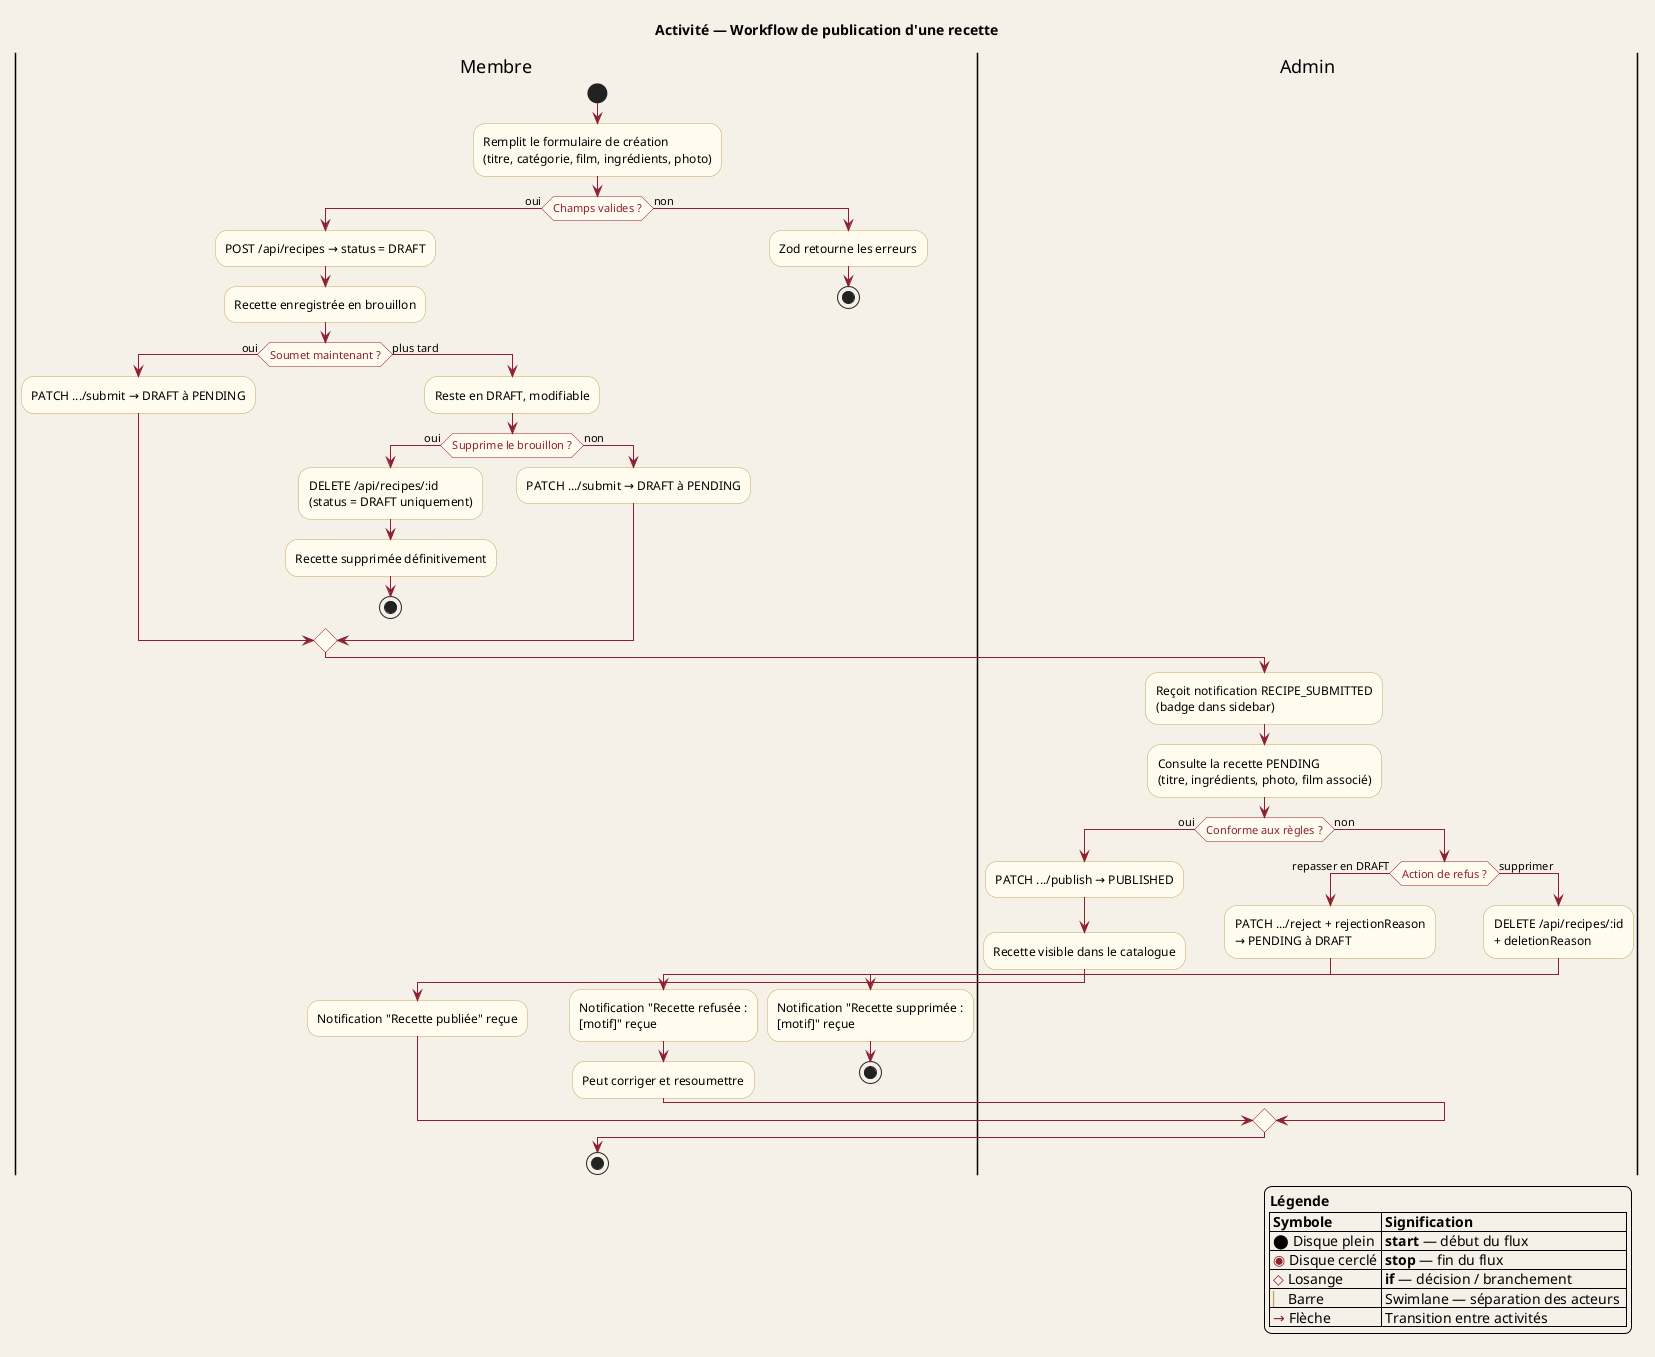
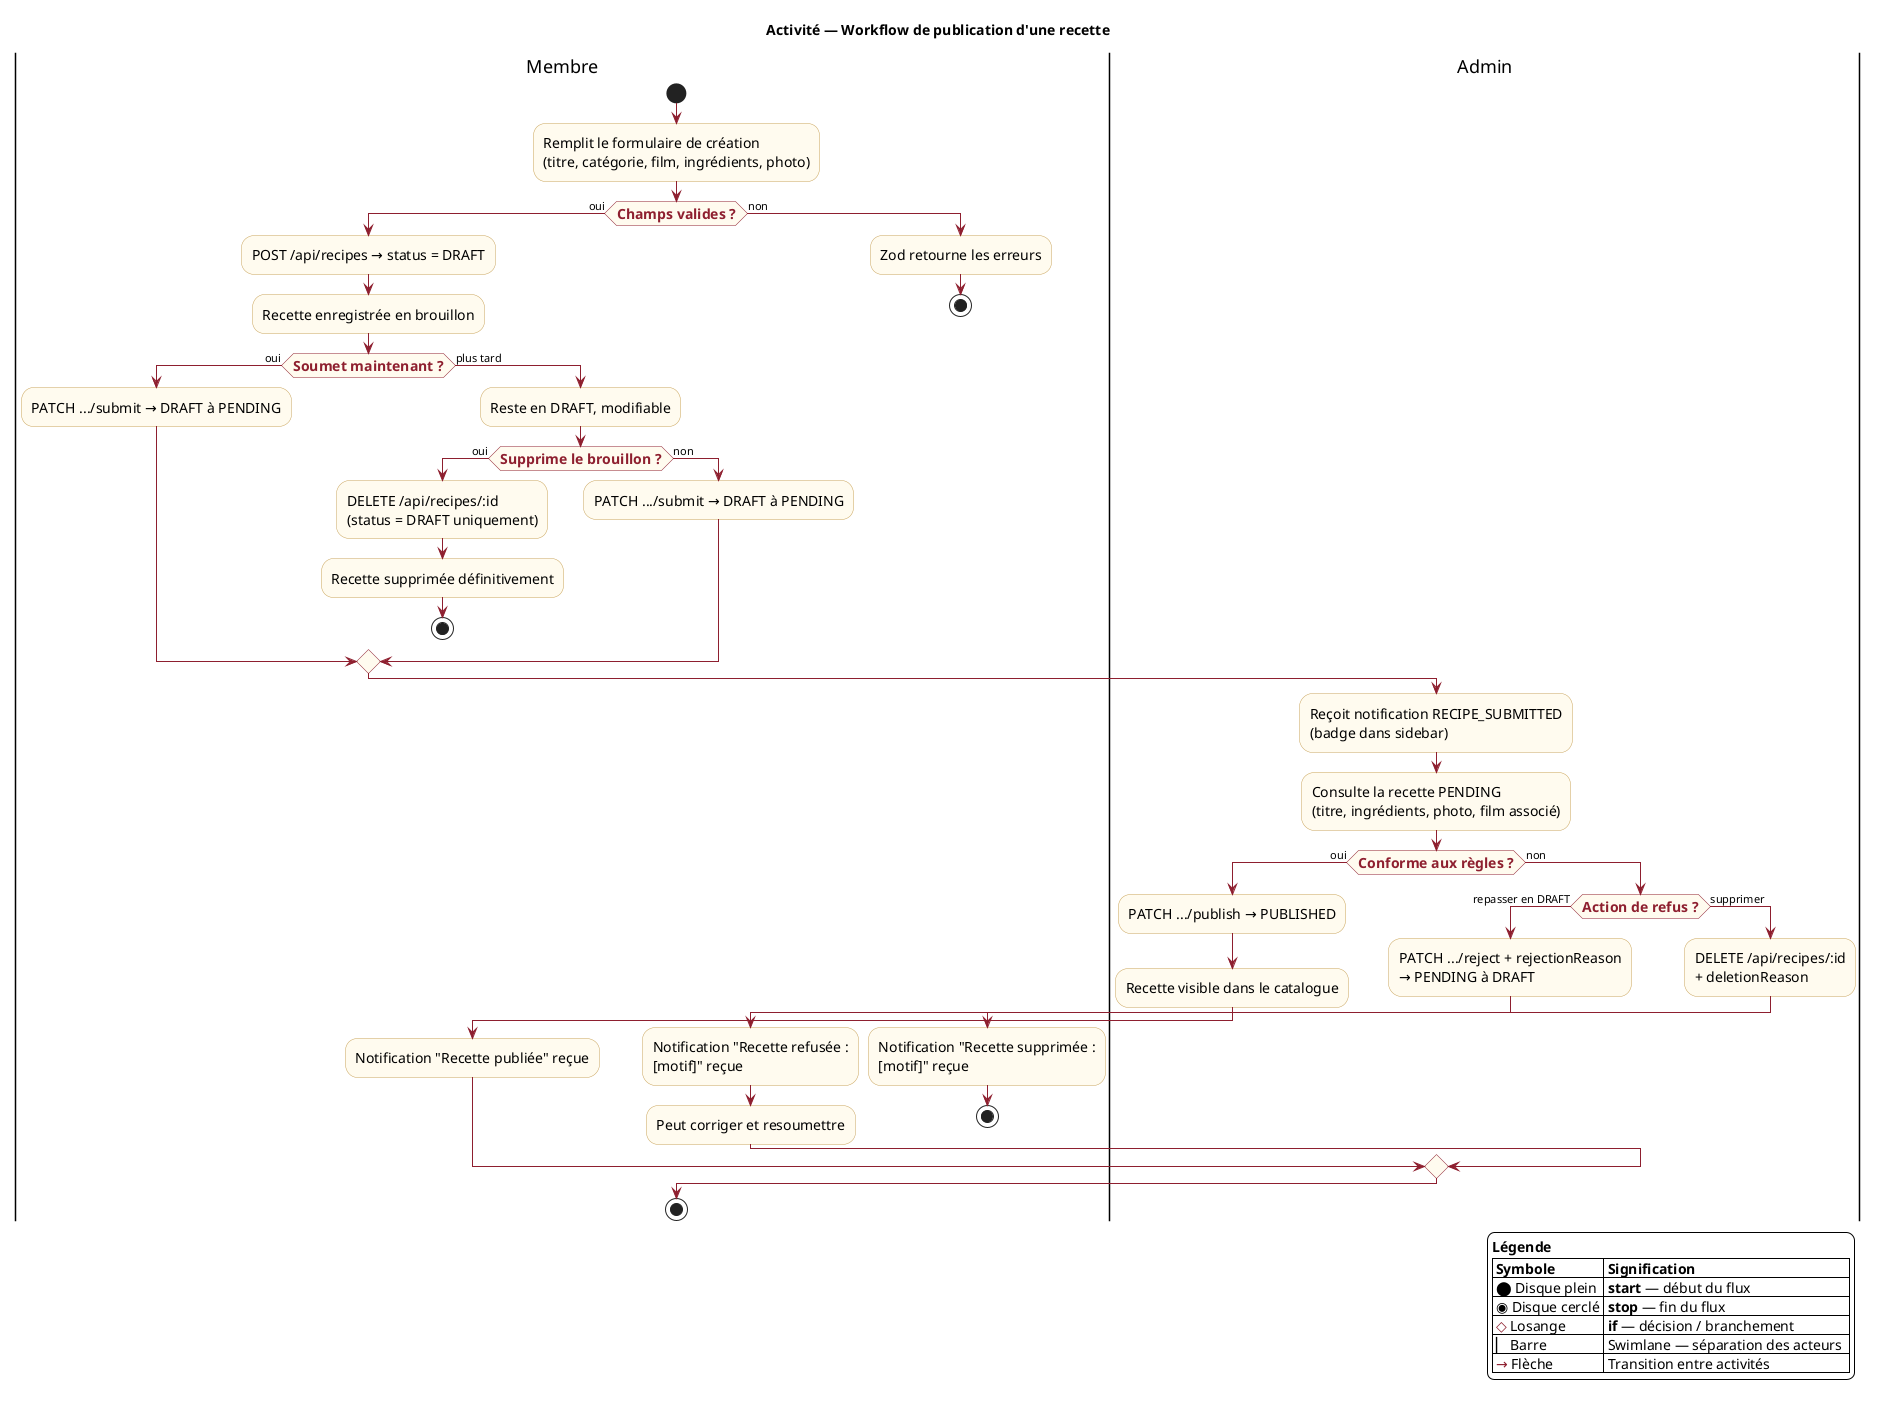
- # ╔══════════════════════════════════════════════════════════╗
- # ║  9. PlantUML — Diagramme d'activité                      ║
- # ╚══════════════════════════════════════════════════════════╝
- 
- ---PLANTUML_ACTIVITE---
@startuml Activite_Publication
- skinparam backgroundColor #F6F1E8
+ skinparam backgroundColor #FFFFFF
skinparam activityBackgroundColor #FFFBEF
skinparam activityBorderColor #C9A45C
+ skinparam activityFontSize 14

skinparam activityDiamondBackgroundColor #FFFBEF
skinparam activityDiamondBorderColor #8E1F2F
skinparam activityDiamondFontColor #8E1F2F
+ skinparam activityDiamondFontStyle bold
+ skinparam activityDiamondFontSize 14

skinparam arrowColor #8E1F2F
title Activité — Workflow de publication d'une recette

|Membre|
start
:Remplit le formulaire de création\n(titre, catégorie, film, ingrédients, photo);
if (Champs valides ?) then (oui)
  :POST /api/recipes → status = DRAFT;
  :Recette enregistrée en brouillon;
  if (Soumet maintenant ?) then (oui)
    :PATCH .../submit → DRAFT à PENDING;
  else (plus tard)
    :Reste en DRAFT, modifiable;
    if (Supprime le brouillon ?) then (oui)
      :DELETE /api/recipes/:id\n(status = DRAFT uniquement);
      :Recette supprimée définitivement;
      stop
    else (non)
      :PATCH .../submit → DRAFT à PENDING;
    endif
  endif
else (non)
  :Zod retourne les erreurs;
  stop
endif

|Admin|
:Reçoit notification RECIPE_SUBMITTED\n(badge dans sidebar);
:Consulte la recette PENDING\n(titre, ingrédients, photo, film associé);
if (Conforme aux règles ?) then (oui)
  :PATCH .../publish → PUBLISHED;
  :Recette visible dans le catalogue;
  |Membre|
  :Notification "Recette publiée" reçue;
else (non)
  |Admin|
  if (Action de refus ?) then (repasser en DRAFT)
    :PATCH .../reject + rejectionReason\n→ PENDING à DRAFT;
    |Membre|
    :Notification "Recette refusée :\n[motif]" reçue;
    :Peut corriger et resoumettre;
  else (supprimer)
    |Admin|
    :DELETE /api/recipes/:id\n+ deletionReason;
    |Membre|
    :Notification "Recette supprimée :\n[motif]" reçue;
    stop
  endif
endif
stop

legend right
  <b>Légende</b>
  |= Symbole            |= Signification                    |
  | <color:#000000>⬤</color> Disque plein  | <b>start</b> — début du flux       |
-   | <color:#8E1F2F>◉</color> Disque cerclé | <b>stop</b> — fin du flux          |
+   | <color:#000000>◉</color> Disque cerclé | <b>stop</b> — fin du flux          |
  | <color:#8E1F2F>◇</color> Losange       | <b>if</b> — décision / branchement |
-   | <color:#C9A45C>▏</color> Barre         | Swimlane — séparation des acteurs  |
+   | <color:#000000>▏</color> Barre         | Swimlane — séparation des acteurs  |
  | <color:#8E1F2F>→</color> Flèche        | Transition entre activités         |
endlegend

- @enduml
- 
- ---FIN_PLANTUML_ACTIVITE---+ @enduml